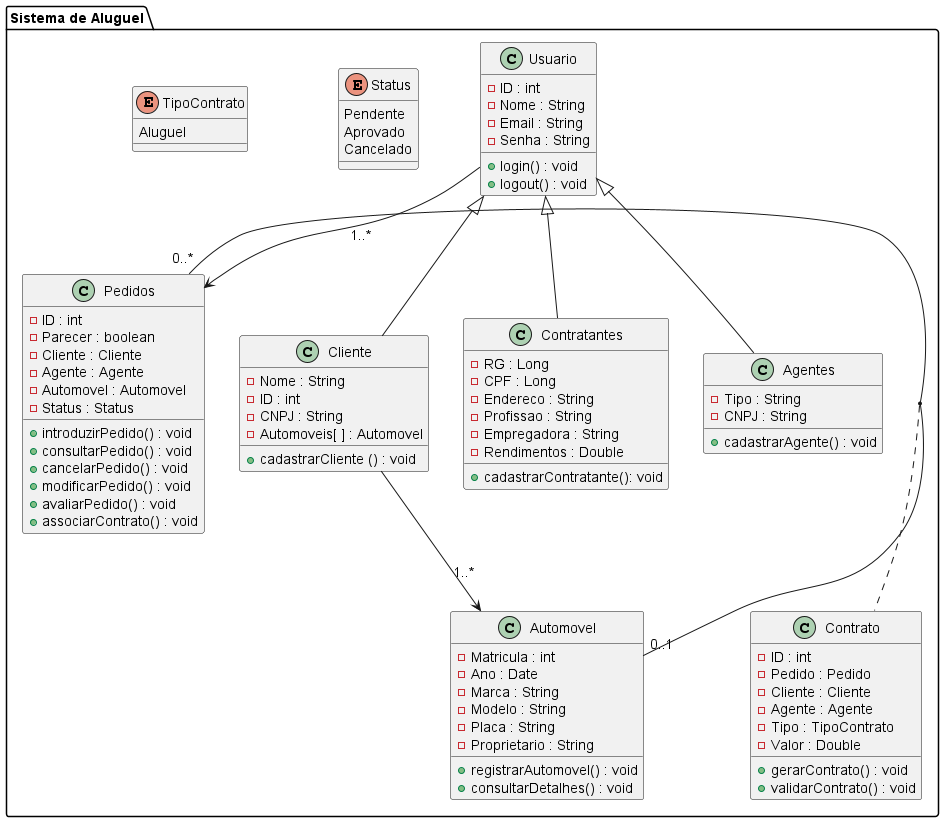
Lucas-FV/LAB02_DesenvolvimentoDeSoftware keeps this PlantUML diagram as Projeto/DiagramaDeClasse/diagramaDeClasse.png. Above is the earlier version. The source it was exported from:
```plantuml
@startuml diagramaDeClasse

package "Sistema de Aluguel" {
    class Usuario {
        - ID : int
        - Nome : String
        - Email : String
        - Senha : String
        + login() : void
        + logout() : void
    }

    class Contratantes {
        - RG : Long
        - CPF : Long
        - Endereco : String
        - Profissao : String
        - Empregadora : String
        - Rendimentos : Double
        + cadastrarContratante(): void
    }

    class Agentes {
        - Tipo : String
        - CNPJ : String
        + cadastrarAgente() : void
    }

    class Pedidos {
        - ID : int
        - Parecer : boolean
        - Cliente : Cliente
        - Agente : Agente
        - Automovel : Automovel
        - Status : Status
        + introduzirPedido() : void
        + consultarPedido() : void
        + cancelarPedido() : void
        + modificarPedido() : void
        + avaliarPedido() : void
        + associarContrato() : void
    }

    class Contrato {
        - ID : int
        - Pedido : Pedido
        - Cliente : Cliente
        - Agente : Agente
        - Tipo : TipoContrato
        - Valor : Double
        + gerarContrato() : void
        + validarContrato() : void
    }

    class Automovel {
        - Matricula : int
        - Ano : Date
        - Marca : String
        - Modelo : String
        - Placa : String
        - Proprietario : String
        + registrarAutomovel() : void
        + consultarDetalhes() : void
    }

    class Cliente{
     - Nome : String
     - ID : int
     - CNPJ : String
     - Automoveis[ ] : Automovel
     + cadastrarCliente () : void
    }

    enum Status {
        Pendente
        Aprovado
        Cancelado
    }

    enum TipoContrato {
        Aluguel
    }

    Usuario <|-- Contratantes
    Usuario <|-- Agentes
    Usuario <|-- Cliente
    Usuario --> Pedidos : "1..*"
    Cliente --> Automovel : "1..*"

    Pedidos "0..*" - "0..1" Automovel
    (Pedidos, Automovel) .. Contrato
}

@enduml
```
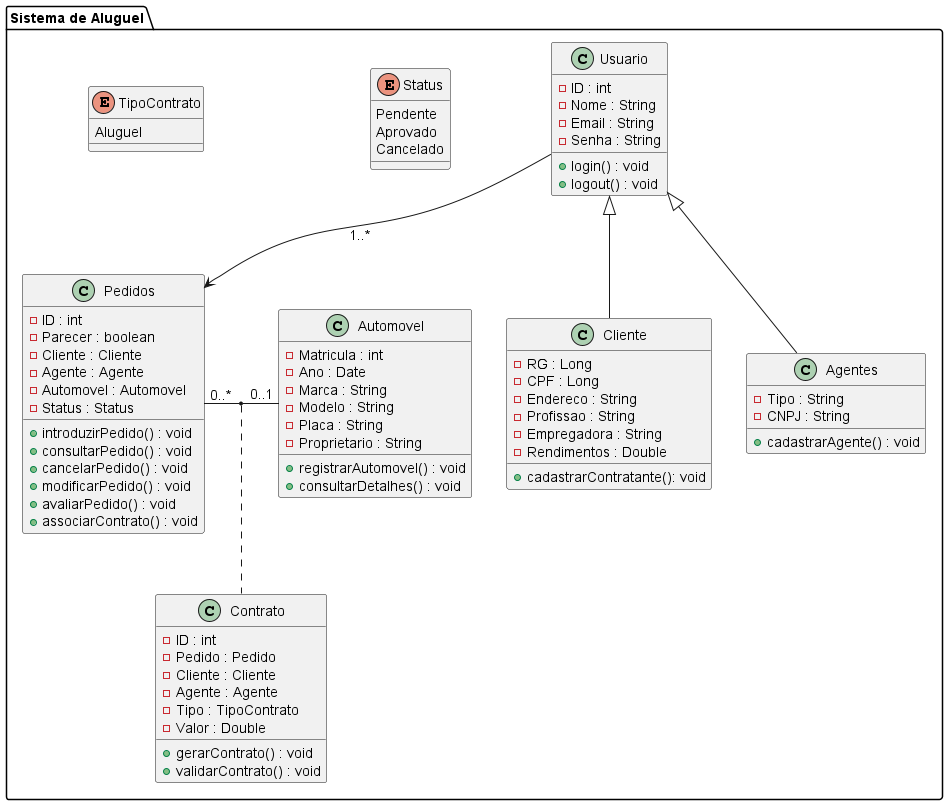
After the change.

Diff of the diagram source:
```diff
@@ -10,7 +10,7 @@
         + logout() : void
     }
 
-    class Contratantes {
+    class Cliente {
         - RG : Long
         - CPF : Long
         - Endereco : String
@@ -63,14 +63,6 @@
         + consultarDetalhes() : void
     }
 
-    class Cliente{
-     - Nome : String
-     - ID : int
-     - CNPJ : String
-     - Automoveis[ ] : Automovel
-     + cadastrarCliente () : void
-    }
-
     enum Status {
         Pendente
         Aprovado
@@ -81,11 +73,10 @@
         Aluguel
     }
 
-    Usuario <|-- Contratantes
+
     Usuario <|-- Agentes
     Usuario <|-- Cliente
     Usuario --> Pedidos : "1..*"
-    Cliente --> Automovel : "1..*"
 
     Pedidos "0..*" - "0..1" Automovel
     (Pedidos, Automovel) .. Contrato
```
